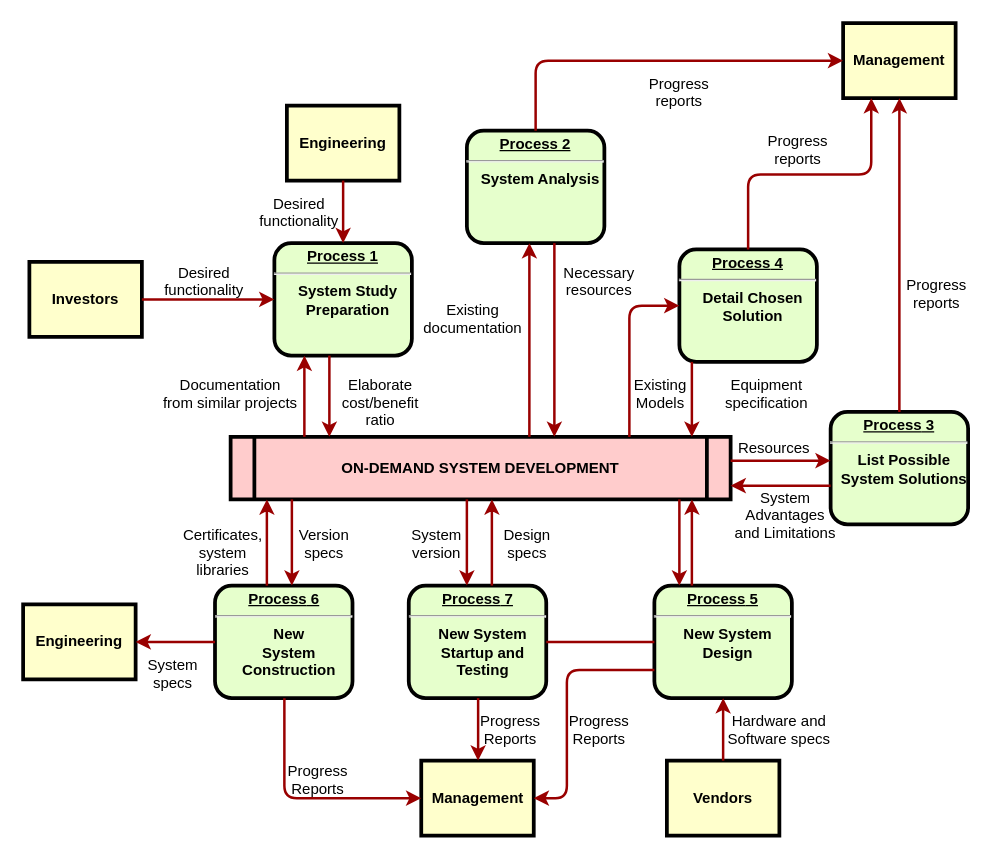
mashihimasha/UPW_Diagrams keeps this draw.io diagram as DFD_level_0.drawio. Above is the earlier version. Source tidied: cells renumbered, new cells numbered last; positions are measured from the earlier drawing's top-left corner, leaving out a move shared by most shapes. Both pictures are drawn from the tidied source at 125%, with x=0, y=0 at pixel (22, 22).
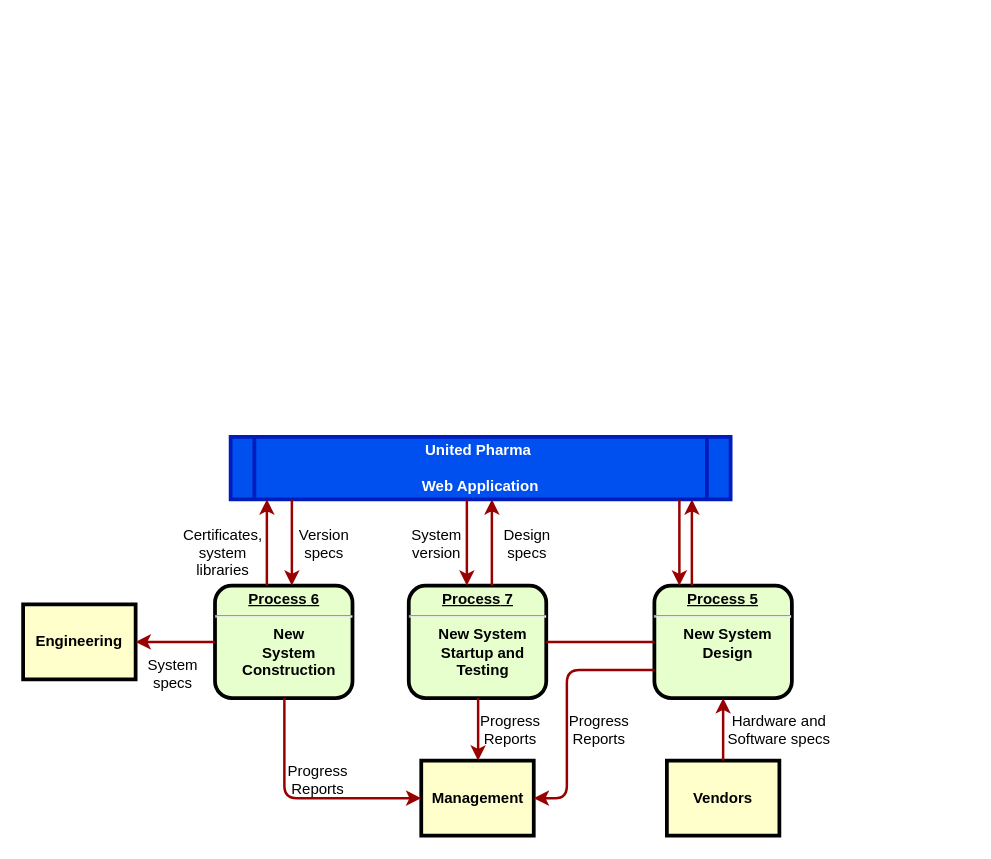
The same page after the edit.

Diff of the diagram source:
```diff
@@
-    <mxCell id="2" value="&lt;p style=&quot;margin: 0px; margin-top: 4px; text-align: center; text-decoration: underline;&quot;&gt;&lt;strong&gt;Process 1&lt;br /&gt;&lt;/strong&gt;&lt;/p&gt;&lt;hr /&gt;&lt;p style=&quot;margin: 0px; margin-left: 8px;&quot;&gt;System Study&lt;/p&gt;&lt;p style=&quot;margin: 0px; margin-left: 8px;&quot;&gt;Preparation&lt;/p&gt;" style="verticalAlign=middle;align=center;overflow=fill;fontSize=12;fontFamily=Helvetica;html=1;rounded=1;fontStyle=1;strokeWidth=3;fillColor=#E6FFCC;" parent="1" vertex="1">
-      <mxGeometry x="201" y="176" width="110" height="90" as="geometry" />
-    </mxCell>
-    <mxCell id="3" value="Engineering" style="whiteSpace=wrap;align=center;verticalAlign=middle;fontStyle=1;strokeWidth=3;fillColor=#FFFFCC;" parent="1" vertex="1">
-      <mxGeometry x="211" y="66" width="90" height="60" as="geometry" />
-    </mxCell>
-    <mxCell id="4" value="Investors" style="whiteSpace=wrap;align=center;verticalAlign=middle;fontStyle=1;strokeWidth=3;fillColor=#FFFFCC;" parent="1" vertex="1">
-      <mxGeometry x="5" y="191" width="90" height="60" as="geometry" />
-    </mxCell>
-    <mxCell id="5" value="ON-DEMAND SYSTEM DEVELOPMENT" style="shape=process;whiteSpace=wrap;align=center;verticalAlign=middle;size=0.0475;fontStyle=1;strokeWidth=3;fillColor=#FFCCCC;" parent="1" vertex="1">
+    <mxCell id="5" value="United Pharma &#10;&#10;Web Application" style="shape=process;whiteSpace=wrap;align=center;verticalAlign=middle;size=0.0475;fontStyle=1;strokeWidth=3;fillColor=#0050ef;fontColor=#ffffff;strokeColor=#001DBC;" parent="1" vertex="1">
       <mxGeometry x="166" y="331" width="400" height="50" as="geometry" />
     </mxCell>
-    <mxCell id="6" value="&lt;p style=&quot;margin: 0px; margin-top: 4px; text-align: center; text-decoration: underline;&quot;&gt;&lt;strong&gt;Process 2&lt;br /&gt;&lt;/strong&gt;&lt;/p&gt;&lt;hr /&gt;&lt;p style=&quot;margin: 0px; margin-left: 8px;&quot;&gt;System Analysis&lt;/p&gt;" style="verticalAlign=middle;align=center;overflow=fill;fontSize=12;fontFamily=Helvetica;html=1;rounded=1;fontStyle=1;strokeWidth=3;fillColor=#E6FFCC;" parent="1" vertex="1">
-      <mxGeometry x="355" y="86" width="110" height="90" as="geometry" />
-    </mxCell>
-    <mxCell id="7" value="&lt;p style=&quot;margin: 0px; margin-top: 4px; text-align: center; text-decoration: underline;&quot;&gt;&lt;strong&gt;&lt;strong&gt;Process&lt;/strong&gt; 3&lt;br /&gt;&lt;/strong&gt;&lt;/p&gt;&lt;hr /&gt;&lt;p style=&quot;margin: 0px; margin-left: 8px;&quot;&gt;List Possible&lt;/p&gt;&lt;p style=&quot;margin: 0px; margin-left: 8px;&quot;&gt;System Solutions&lt;/p&gt;" style="verticalAlign=middle;align=center;overflow=fill;fontSize=12;fontFamily=Helvetica;html=1;rounded=1;fontStyle=1;strokeWidth=3;fillColor=#E6FFCC;" parent="1" vertex="1">
-      <mxGeometry x="646" y="311" width="110" height="90" as="geometry" />
-    </mxCell>
-    <mxCell id="8" value="&lt;p style=&quot;margin: 0px; margin-top: 4px; text-align: center; text-decoration: underline;&quot;&gt;&lt;strong&gt;&lt;strong&gt;Process&lt;/strong&gt; 4&lt;br /&gt;&lt;/strong&gt;&lt;/p&gt;&lt;hr /&gt;&lt;p style=&quot;margin: 0px; margin-left: 8px;&quot;&gt;Detail Chosen&lt;/p&gt;&lt;p style=&quot;margin: 0px; margin-left: 8px;&quot;&gt;Solution&lt;/p&gt;" style="verticalAlign=middle;align=center;overflow=fill;fontSize=12;fontFamily=Helvetica;html=1;rounded=1;fontStyle=1;strokeWidth=3;fillColor=#E6FFCC;" parent="1" vertex="1">
-      <mxGeometry x="525" y="181" width="110" height="90" as="geometry" />
-    </mxCell>
@@
-    <mxCell id="11" value="Management" style="whiteSpace=wrap;align=center;verticalAlign=middle;fontStyle=1;strokeWidth=3;fillColor=#FFFFCC;" parent="1" vertex="1">
-      <mxGeometry x="656" width="90" height="60" as="geometry" />
-    </mxCell>
@@
-    <mxCell id="15" style="edgeStyle=none;noEdgeStyle=1;strokeColor=#990000;strokeWidth=2;" parent="1" edge="1" source="3" target="2">
-      <mxGeometry relative="1" as="geometry" />
-    </mxCell>
-    <mxCell id="16" style="edgeStyle=none;noEdgeStyle=1;strokeColor=#990000;strokeWidth=2;" parent="1" edge="1" source="4" target="2">
-      <mxGeometry relative="1" as="geometry" />
-    </mxCell>
@@
-    <mxCell id="19" value="Desired &#10;functionality" style="text;spacingTop=-5;align=center;" parent="1" vertex="1">
-      <mxGeometry x="130" y="191" width="30" height="20" as="geometry" />
-    </mxCell>
-    <mxCell id="20" value="Desired &#10;functionality" style="text;spacingTop=-5;align=center;" parent="1" vertex="1">
-      <mxGeometry x="206" y="136" width="30" height="20" as="geometry" />
-    </mxCell>
-    <mxCell id="21" value="Documentation&#10;from similar projects" style="text;spacingTop=-5;align=center;" parent="1" vertex="1">
-      <mxGeometry x="151" y="281" width="30" height="20" as="geometry" />
-    </mxCell>
-    <mxCell id="22" style="edgeStyle=elbowEdgeStyle;elbow=horizontal;strokeColor=#990000;strokeWidth=2;" parent="1" edge="1" source="5" target="2">
-      <mxGeometry relative="1" as="geometry">
-        <Array as="points">
-          <mxPoint x="225" y="310" />
-        </Array>
-      </mxGeometry>
-    </mxCell>
-    <mxCell id="23" style="edgeStyle=elbowEdgeStyle;elbow=horizontal;strokeColor=#990000;strokeWidth=2;" parent="1" edge="1" source="2" target="5">
-      <mxGeometry relative="1" as="geometry">
-        <Array as="points">
-          <mxPoint x="245" y="300" />
-        </Array>
-      </mxGeometry>
-    </mxCell>
-    <mxCell id="24" value="Elaborate&#10;cost/benefit&#10;ratio" style="text;spacingTop=-5;align=center;" parent="1" vertex="1">
-      <mxGeometry x="271" y="281" width="30" height="20" as="geometry" />
-    </mxCell>
-    <mxCell id="25" style="edgeStyle=elbowEdgeStyle;elbow=horizontal;strokeColor=#990000;strokeWidth=2;" parent="1" edge="1" source="5" target="6">
-      <mxGeometry relative="1" as="geometry">
-        <Array as="points">
-          <mxPoint x="405" y="250" />
-        </Array>
-      </mxGeometry>
-    </mxCell>
-    <mxCell id="26" style="edgeStyle=elbowEdgeStyle;elbow=horizontal;strokeColor=#990000;strokeWidth=2;" parent="1" edge="1" source="6" target="5">
-      <mxGeometry relative="1" as="geometry">
-        <Array as="points">
-          <mxPoint x="425" y="260" />
-        </Array>
-      </mxGeometry>
-    </mxCell>
-    <mxCell id="27" value="Existing&#10;documentation" style="text;spacingTop=-5;align=center;" parent="1" vertex="1">
-      <mxGeometry x="345" y="221" width="30" height="20" as="geometry" />
-    </mxCell>
-    <mxCell id="28" value="Necessary&#10;resources" style="text;spacingTop=-5;align=center;" parent="1" vertex="1">
-      <mxGeometry x="446" y="191" width="30" height="20" as="geometry" />
-    </mxCell>
-    <mxCell id="29" value="Progress&#10;reports" style="text;spacingTop=-5;align=center;" parent="1" vertex="1">
-      <mxGeometry x="510" y="40" width="30" height="20" as="geometry" />
-    </mxCell>
-    <mxCell id="30" value="Progress&#10;reports" style="text;spacingTop=-5;align=center;" parent="1" vertex="1">
-      <mxGeometry x="605" y="86" width="30" height="20" as="geometry" />
-    </mxCell>
-    <mxCell id="31" value="Progress&#10;reports" style="text;spacingTop=-5;align=center;" parent="1" vertex="1">
-      <mxGeometry x="716" y="201" width="30" height="20" as="geometry" />
-    </mxCell>
-    <mxCell id="32" style="edgeStyle=elbowEdgeStyle;elbow=horizontal;strokeColor=#990000;strokeWidth=2;" parent="1" edge="1" source="6" target="11">
-      <mxGeometry relative="1" as="geometry">
-        <Array as="points">
-          <mxPoint x="410" y="80" />
-        </Array>
-      </mxGeometry>
-    </mxCell>
-    <mxCell id="33" style="edgeStyle=elbowEdgeStyle;elbow=vertical;entryX=0.25;entryY=1;strokeColor=#990000;strokeWidth=2;" parent="1" edge="1" source="8" target="11">
-      <mxGeometry relative="1" as="geometry" />
-    </mxCell>
-    <mxCell id="34" style="edgeStyle=elbowEdgeStyle;elbow=horizontal;strokeColor=#990000;strokeWidth=2;" parent="1" edge="1" source="7" target="11">
-      <mxGeometry relative="1" as="geometry" />
-    </mxCell>
-    <mxCell id="35" style="edgeStyle=elbowEdgeStyle;elbow=horizontal;strokeColor=#990000;strokeWidth=2;" parent="1" edge="1" source="8" target="5">
-      <mxGeometry relative="1" as="geometry">
-        <Array as="points">
-          <mxPoint x="535" y="300" />
-        </Array>
-      </mxGeometry>
-    </mxCell>
-    <mxCell id="36" style="edgeStyle=segmentEdgeStyle;strokeColor=#990000;strokeWidth=2;" parent="1" edge="1" source="5" target="8">
-      <mxGeometry relative="1" as="geometry">
-        <Array as="points">
-          <mxPoint x="485" y="226" />
-        </Array>
-      </mxGeometry>
-    </mxCell>
-    <mxCell id="37" value="Existing&#10;Models" style="text;spacingTop=-5;align=center;" parent="1" vertex="1">
-      <mxGeometry x="495" y="281" width="30" height="20" as="geometry" />
-    </mxCell>
-    <mxCell id="38" value="Equipment&#10;specification" style="text;spacingTop=-5;align=center;" parent="1" vertex="1">
-      <mxGeometry x="580" y="281" width="30" height="20" as="geometry" />
-    </mxCell>
-    <mxCell id="39" style="edgeStyle=elbowEdgeStyle;elbow=vertical;strokeColor=#990000;strokeWidth=2;" parent="1" edge="1" source="5" target="7">
-      <mxGeometry relative="1" as="geometry">
-        <Array as="points">
-          <mxPoint x="615" y="350" />
-        </Array>
-      </mxGeometry>
-    </mxCell>
-    <mxCell id="40" style="edgeStyle=elbowEdgeStyle;elbow=vertical;strokeColor=#990000;strokeWidth=2;" parent="1" edge="1" source="7" target="5">
-      <mxGeometry relative="1" as="geometry">
-        <Array as="points">
-          <mxPoint x="615" y="370" />
-        </Array>
-      </mxGeometry>
-    </mxCell>
-    <mxCell id="41" value="Resources" style="text;spacingTop=-5;align=center;" parent="1" vertex="1">
-      <mxGeometry x="586" y="331" width="30" height="20" as="geometry" />
-    </mxCell>
-    <mxCell id="42" value="System &#10;Advantages &#10;and Limitations" style="text;spacingTop=-5;align=center;" parent="1" vertex="1">
-      <mxGeometry x="595" y="371" width="30" height="20" as="geometry" />
-    </mxCell>
```
